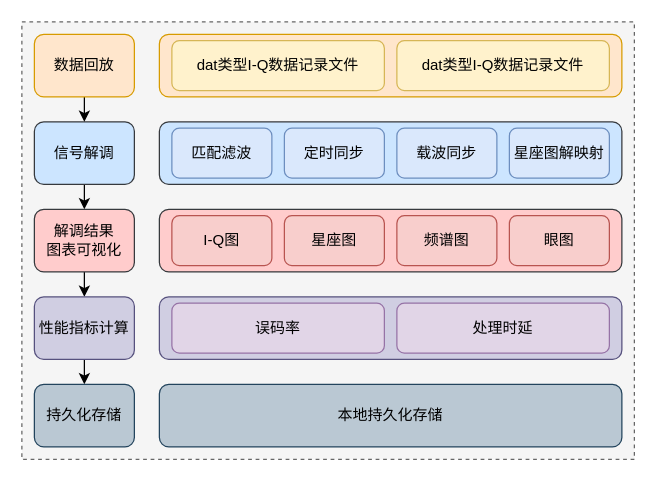
Before: img/未命名绘图.drawio in Thesis7/satellite-burst-signal-demodulation-system-lab, a draw.io diagram. Source tidied: cells renumbered, new cells numbered last; positions are measured from the earlier drawing's top-left corner, leaving out a move shared by most shapes. Both pictures are drawn from the tidied source at 125%, with x=0, y=0 at pixel (21, 21).
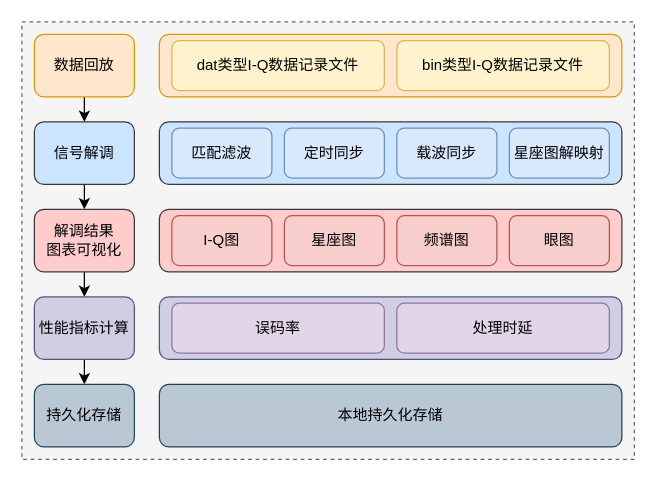
The same diagram, later.

Commit message:
更新未命名绘图.drawio

Change to the diagram source:
```diff
@@
-    <mxCell id="24" value="dat类型I-Q数据记录文件" style="rounded=1;whiteSpace=wrap;html=1;fillColor=#fff2cc;strokeColor=#d6b656;" parent="1" vertex="1">
+    <mxCell id="24" value="bin类型I-Q数据记录文件" style="rounded=1;whiteSpace=wrap;html=1;fillColor=#fff2cc;strokeColor=#d6b656;" parent="1" vertex="1">
       <mxGeometry x="300" y="15" width="170" height="40" as="geometry" />
     </mxCell>
```
